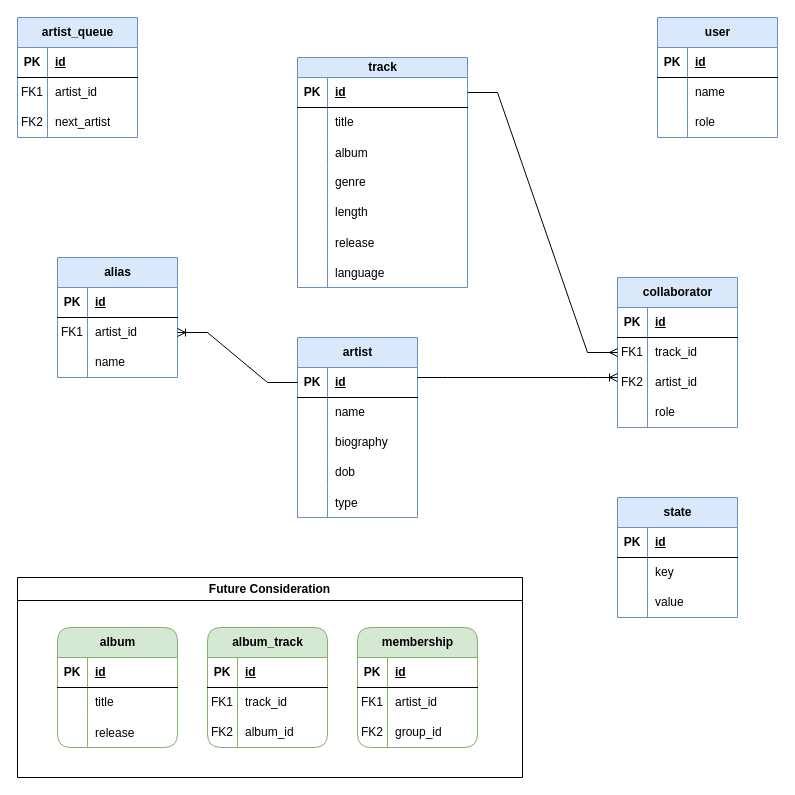
This is ER Diagram.drawio from devmalik19/musicdb, a draw.io file, before an edit. Source tidied: cells renumbered, new cells numbered last; positions are measured from the earlier drawing's top-left corner, leaving out a move shared by most shapes. Both pictures are drawn from the tidied source at 100%, with x=0, y=0 at pixel (17, 17).
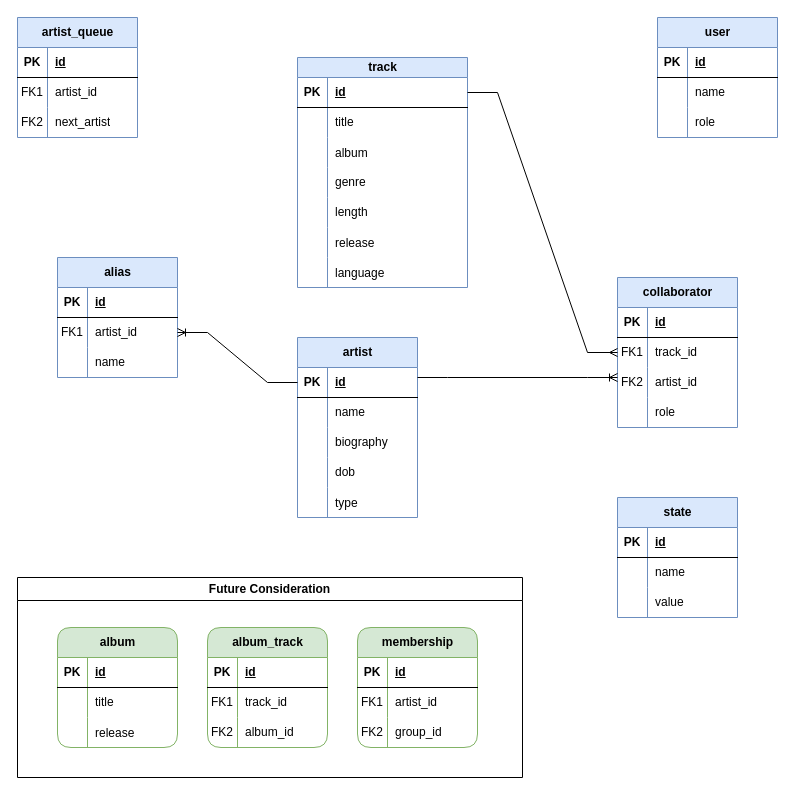
The same diagram, later.

Unchanged cells that the change refers to:
```xml
<mxCell id="125" style="shape=tableRow;horizontal=0;startSize=0;swimlaneHead=0;swimlaneBody=0;fillColor=none;top=0;left=0;right=0;bottom=0;" parent="121" vertex="1">
  <mxGeometry y="60" width="120" height="30" as="geometry" />
</mxCell>
```

Change to the diagram source:
```diff
@@
-    <mxCell id="127" value="key&lt;br&gt;" style="shape=partialRectangle;fillColor=none;top=0;left=0;bottom=0;right=0;align=left;spacingLeft=6;overflow=hidden;whiteSpace=wrap;html=1;" parent="125" vertex="1">
+    <mxCell id="127" value="name" style="shape=partialRectangle;fillColor=none;top=0;left=0;bottom=0;right=0;align=left;spacingLeft=6;overflow=hidden;whiteSpace=wrap;html=1;" parent="125" vertex="1">
       <mxGeometry x="30" width="90" height="30" as="geometry" />
     </mxCell>
```
